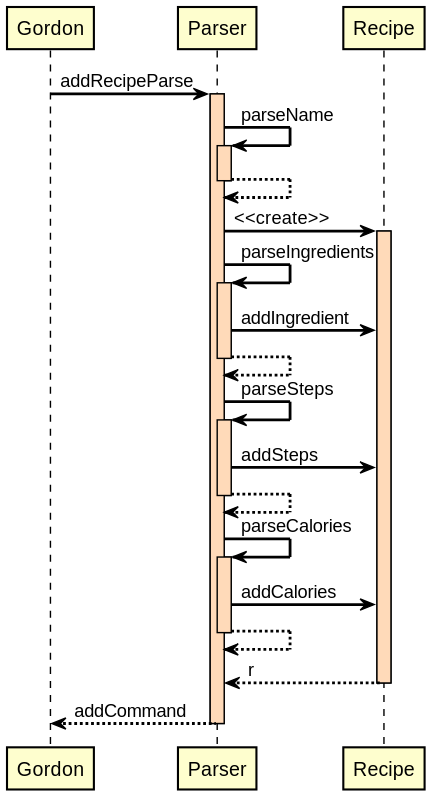
Above: docs/RenderedUML/AddSequence.svg in nus-cs2113-AY2122S1/tp (PlantUML), before the change.
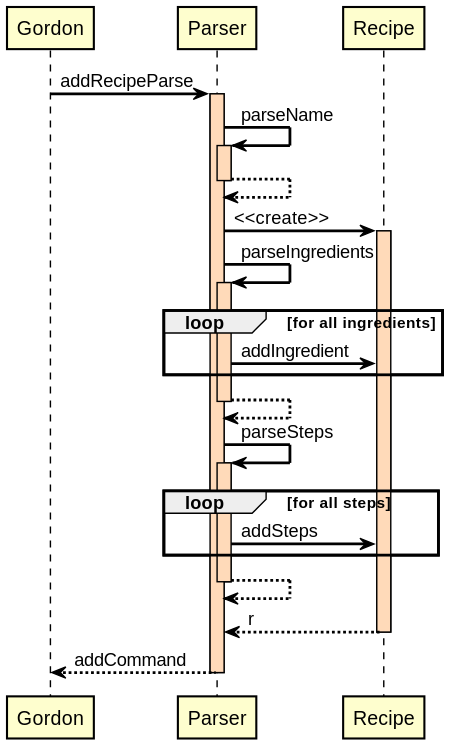
After the commit.

The edit, as a diff of the source:
```diff
@@ -22,22 +22,20 @@
 
 Parser -> Parser: parseIngredients
 activate Parser
+
+loop for all ingredients
 Parser -> Recipe: addIngredient
+end
 
 Parser --> Parser
 deactivate Parser
 
 Parser -> Parser: parseSteps
 activate Parser
+
+loop for all steps
 Parser -> Recipe: addSteps
-
-Parser --> Parser
-deactivate Parser
-
-Parser -> Parser: parseCalories
-activate Parser
-
-Parser -> Recipe: addCalories
+end
 
 Parser --> Parser
 deactivate Parser
@@ -47,4 +45,5 @@
 
 Parser --> Gordon: addCommand
 deactivate Parser
+
 @enduml
```
